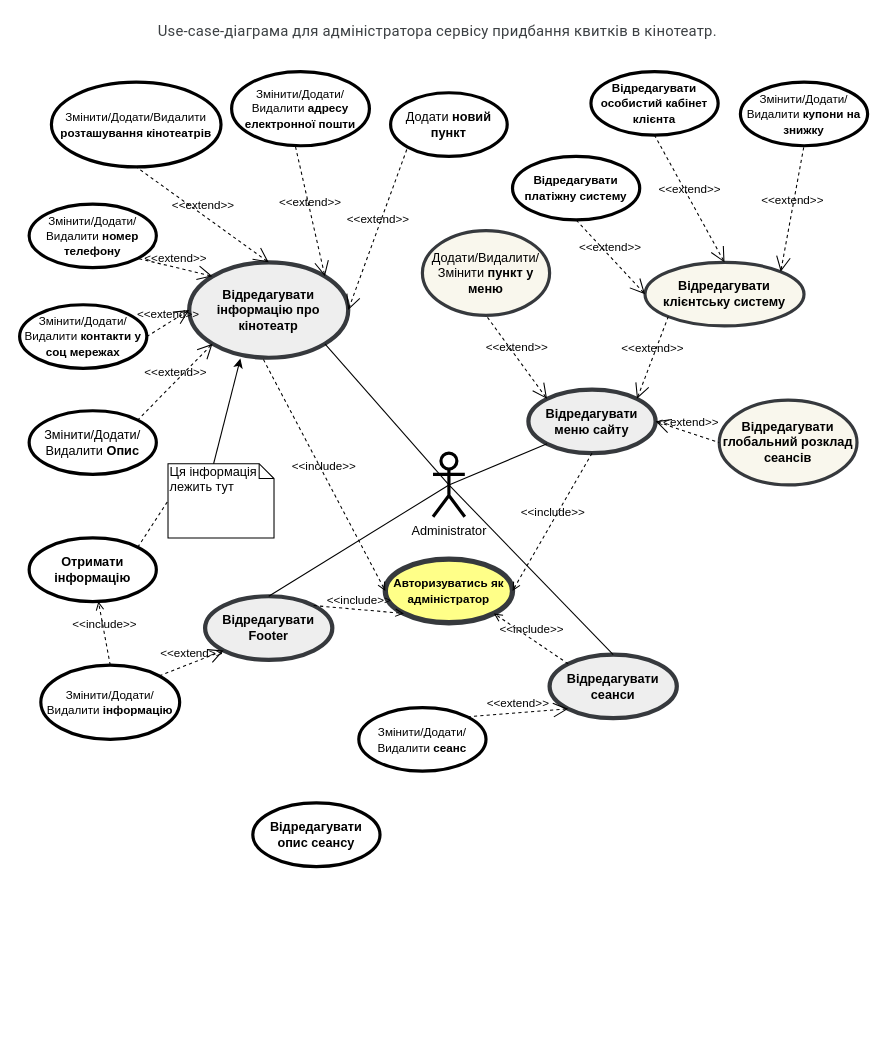
Above: Homework1.drawio in pashokred/uml (draw.io), before the change. Source tidied: cells renumbered, new cells numbered last; positions are measured from the earlier drawing's top-left corner, leaving out a move shared by most shapes. Both pictures are drawn from the tidied source at 106%, with x=0, y=0 at pixel (19, 18).
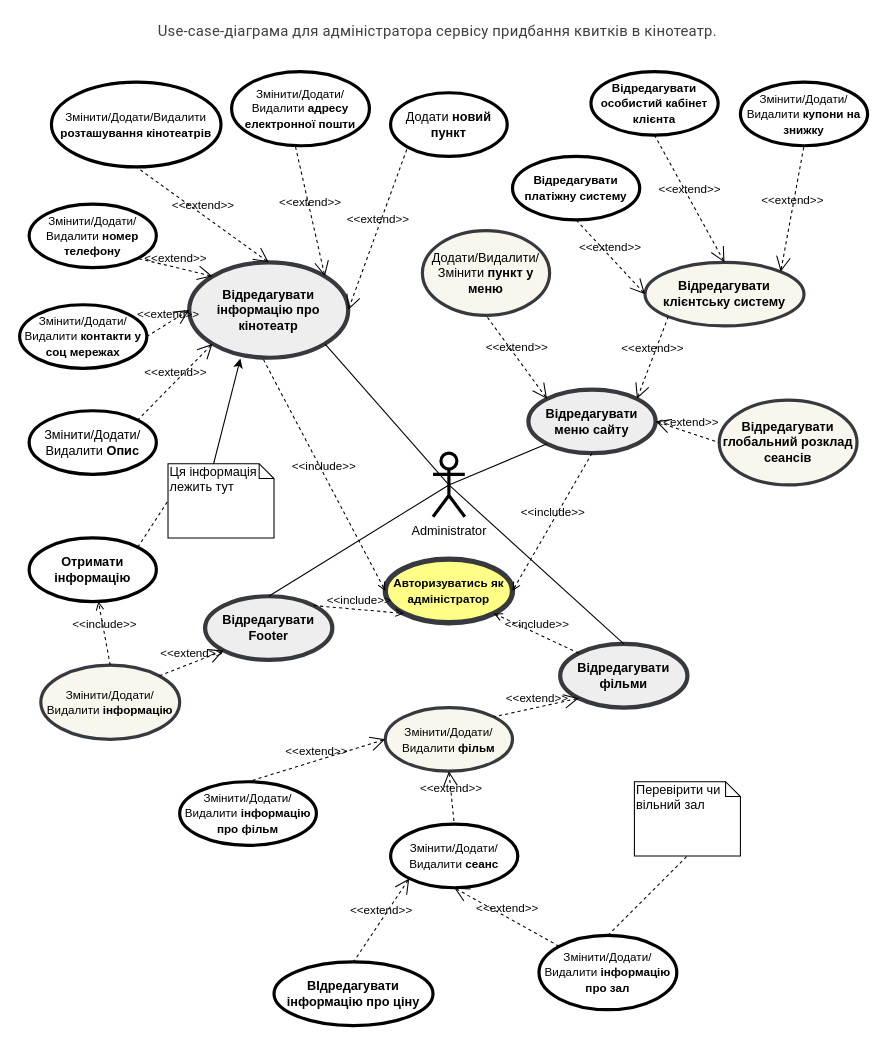
The same page after the edit.

What changed in the source:
```diff
@@
-    <mxCell id="5" value="Відредагувати сеанси" style="shape=ellipse;html=1;strokeWidth=4;fontStyle=1;whiteSpace=wrap;align=center;perimeter=ellipsePerimeter;shadow=0;sketch=0;fillColor=#eeeeee;strokeColor=#36393d;" parent="1" vertex="1">
-      <mxGeometry x="500" y="600" width="120" height="60" as="geometry" />
+    <mxCell id="5" value="Відредагувати фільми" style="shape=ellipse;html=1;strokeWidth=4;fontStyle=1;whiteSpace=wrap;align=center;perimeter=ellipsePerimeter;shadow=0;sketch=0;fillColor=#eeeeee;strokeColor=#36393d;" parent="1" vertex="1">
+      <mxGeometry x="510" y="590" width="120" height="60" as="geometry" />
     </mxCell>
@@
-    <mxCell id="39" value="&lt;font style=&quot;font-size: 11px&quot;&gt;&lt;span style=&quot;font-weight: 400&quot;&gt;Змінити/Додати/Видалити&lt;/span&gt;&amp;nbsp;інформацію&lt;/font&gt;" style="shape=ellipse;html=1;strokeWidth=3;fontStyle=1;whiteSpace=wrap;align=center;perimeter=ellipsePerimeter;shadow=0;sketch=0;" parent="1" vertex="1">
+    <mxCell id="39" value="&lt;font style=&quot;font-size: 11px&quot;&gt;&lt;span style=&quot;font-weight: 400&quot;&gt;Змінити/Додати/Видалити&lt;/span&gt;&amp;nbsp;інформацію&lt;/font&gt;" style="shape=ellipse;html=1;strokeWidth=3;fontStyle=1;whiteSpace=wrap;align=center;perimeter=ellipsePerimeter;shadow=0;sketch=0;fillColor=#f9f7ed;strokeColor=#36393d;" parent="1" vertex="1">
       <mxGeometry x="20" y="610" width="131" height="70" as="geometry" />
     </mxCell>
@@
-    <mxCell id="48" value="&lt;span style=&quot;font-size: 11px ; font-weight: 400&quot;&gt;Змінити/Додати/Видалити &lt;/span&gt;&lt;span style=&quot;font-size: 11px&quot;&gt;сеанс&lt;/span&gt;" style="shape=ellipse;html=1;strokeWidth=3;fontStyle=1;whiteSpace=wrap;align=center;perimeter=ellipsePerimeter;shadow=0;sketch=0;" parent="1" vertex="1">
-      <mxGeometry x="320" y="650" width="120" height="60" as="geometry" />
+    <mxCell id="48" value="&lt;span style=&quot;font-size: 11px ; font-weight: 400&quot;&gt;Змінити/Додати/Видалити &lt;/span&gt;&lt;span style=&quot;font-size: 11px&quot;&gt;фільм&lt;/span&gt;" style="shape=ellipse;html=1;strokeWidth=3;fontStyle=1;whiteSpace=wrap;align=center;perimeter=ellipsePerimeter;shadow=0;sketch=0;fillColor=#f9f7ed;strokeColor=#36393d;" parent="1" vertex="1">
+      <mxGeometry x="345" y="650" width="120" height="60" as="geometry" />
     </mxCell>
@@
-    <mxCell id="50" value="Відредагувати опис сеансу" style="shape=ellipse;html=1;strokeWidth=3;fontStyle=1;whiteSpace=wrap;align=center;perimeter=ellipsePerimeter;shadow=0;sketch=0;" parent="1" vertex="1">
-      <mxGeometry x="220" y="740" width="120" height="60" as="geometry" />
-    </mxCell>
+    <mxCell id="51" value="&lt;span style=&quot;font-size: 11px ; font-weight: 400&quot;&gt;Змінити/Додати/Видалити &lt;/span&gt;&lt;span style=&quot;font-size: 11px&quot;&gt;сеанс&lt;/span&gt;" style="shape=ellipse;html=1;strokeWidth=3;fontStyle=1;whiteSpace=wrap;align=center;perimeter=ellipsePerimeter;shadow=0;sketch=0;" parent="1" vertex="1">
+      <mxGeometry x="350" y="760" width="120" height="60" as="geometry" />
+    </mxCell>
+    <mxCell id="52" value="&amp;lt;&amp;lt;extend&amp;gt;&amp;gt;" style="edgeStyle=none;html=1;startArrow=open;endArrow=none;startSize=12;verticalAlign=bottom;dashed=1;labelBackgroundColor=none;entryX=0.5;entryY=0;entryDx=0;entryDy=0;exitX=0.5;exitY=1;exitDx=0;exitDy=0;" parent="1" edge="1" source="48" target="51">
+      <mxGeometry relative="1" as="geometry" />
+    </mxCell>
+    <mxCell id="53" value="&lt;span style=&quot;font-size: 11px ; font-weight: 400&quot;&gt;Змінити/Додати/Видалити &lt;/span&gt;&lt;span style=&quot;font-size: 11px&quot;&gt;інформацію про фільм&lt;/span&gt;" style="shape=ellipse;html=1;strokeWidth=3;fontStyle=1;whiteSpace=wrap;align=center;perimeter=ellipsePerimeter;shadow=0;sketch=0;" parent="1" vertex="1">
+      <mxGeometry x="151" y="720" width="129" height="60" as="geometry" />
+    </mxCell>
+    <mxCell id="54" value="&amp;lt;&amp;lt;extend&amp;gt;&amp;gt;" style="edgeStyle=none;html=1;startArrow=open;endArrow=none;startSize=12;verticalAlign=bottom;dashed=1;labelBackgroundColor=none;entryX=0.5;entryY=0;entryDx=0;entryDy=0;exitX=0;exitY=0.5;exitDx=0;exitDy=0;" parent="1" edge="1" source="48" target="53">
+      <mxGeometry relative="1" as="geometry" />
+    </mxCell>
+    <mxCell id="55" value="&lt;span style=&quot;font-size: 11px ; font-weight: 400&quot;&gt;Змінити/Додати/Видалити &lt;/span&gt;&lt;span style=&quot;font-size: 11px&quot;&gt;інформацію про зал&lt;/span&gt;" style="shape=ellipse;html=1;strokeWidth=3;fontStyle=1;whiteSpace=wrap;align=center;perimeter=ellipsePerimeter;shadow=0;sketch=0;" parent="1" vertex="1">
+      <mxGeometry x="490" y="865" width="130" height="70" as="geometry" />
+    </mxCell>
+    <mxCell id="56" value="&amp;lt;&amp;lt;extend&amp;gt;&amp;gt;" style="edgeStyle=none;html=1;startArrow=open;endArrow=none;startSize=12;verticalAlign=bottom;dashed=1;labelBackgroundColor=none;exitX=0.5;exitY=1;exitDx=0;exitDy=0;entryX=0;entryY=0;entryDx=0;entryDy=0;" parent="1" edge="1" source="51" target="55">
+      <mxGeometry relative="1" as="geometry" />
+    </mxCell>
+    <mxCell id="57" value="ВІдредагувати інформацію про ціну" style="shape=ellipse;html=1;strokeWidth=3;fontStyle=1;whiteSpace=wrap;align=center;perimeter=ellipsePerimeter;shadow=0;sketch=0;" parent="1" vertex="1">
+      <mxGeometry x="240" y="890" width="150" height="60" as="geometry" />
+    </mxCell>
+    <mxCell id="58" value="&amp;lt;&amp;lt;extend&amp;gt;&amp;gt;" style="edgeStyle=none;html=1;startArrow=open;endArrow=none;startSize=12;verticalAlign=bottom;dashed=1;labelBackgroundColor=none;exitX=0;exitY=1;exitDx=0;exitDy=0;entryX=0.5;entryY=0;entryDx=0;entryDy=0;" parent="1" edge="1" source="51" target="57">
+      <mxGeometry relative="1" as="geometry" />
+    </mxCell>
+    <mxCell id="59" style="endArrow=none;dashed=1;html=1;entryX=0.5;entryY=1;entryDx=0;entryDy=0;entryPerimeter=0;exitX=0.5;exitY=0;exitDx=0;exitDy=0;" parent="1" edge="1" source="55" target="60">
+      <mxGeometry relative="1" as="geometry" />
+    </mxCell>
+    <mxCell id="60" value="Перевірити чи вільний зал" style="shape=note;whiteSpace=wrap;html=1;size=14;verticalAlign=top;align=left;spacingTop=-6;shadow=0;sketch=0;strokeWidth=1;" parent="1" vertex="1">
+      <mxGeometry x="580" y="720" width="100" height="70" as="geometry" />
+    </mxCell>
```
